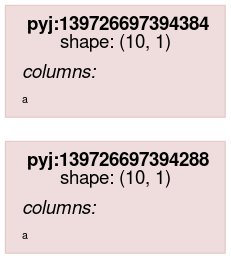
Before: scripts/rdflog/a0.ttl.dot.png, a diagram exported from Graphviz (asmirnov69/pyjviz-poc). Its source is kept beside it as scripts/rdflog/a0.ttl.dot.
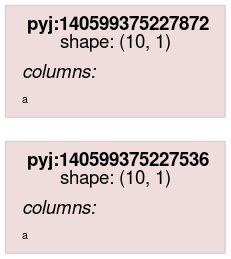
The same diagram one commit later.

Change to the diagram source:
```diff
@@ -14,7 +14,7 @@
                 color="#88000022"
                 shape = rect
                 label = <<table border="0" cellborder="0" cellspacing="0" cellpadding="4">
-                         <tr> <td> <b>pyj:139726697394288</b><br/>shape: (10, 1)</td> </tr>
+                         <tr> <td> <b>pyj:140599375227536</b><br/>shape: (10, 1)</td> </tr>
                          <tr> <td align="left"><i>columns:</i><br align="left"/></td></tr>
                 <tr><td align="left"><FONT POINT-SIZE="8px">a</FONT></td></tr>
                          </table>>
@@ -23,7 +23,7 @@
                 color="#88000022"
                 shape = rect
                 label = <<table border="0" cellborder="0" cellspacing="0" cellpadding="4">
-                         <tr> <td> <b>pyj:139726697394384</b><br/>shape: (10, 1)</td> </tr>
+                         <tr> <td> <b>pyj:140599375227872</b><br/>shape: (10, 1)</td> </tr>
                          <tr> <td align="left"><i>columns:</i><br align="left"/></td></tr>
                 <tr><td align="left"><FONT POINT-SIZE="8px">a</FONT></td></tr>
                          </table>>
```
